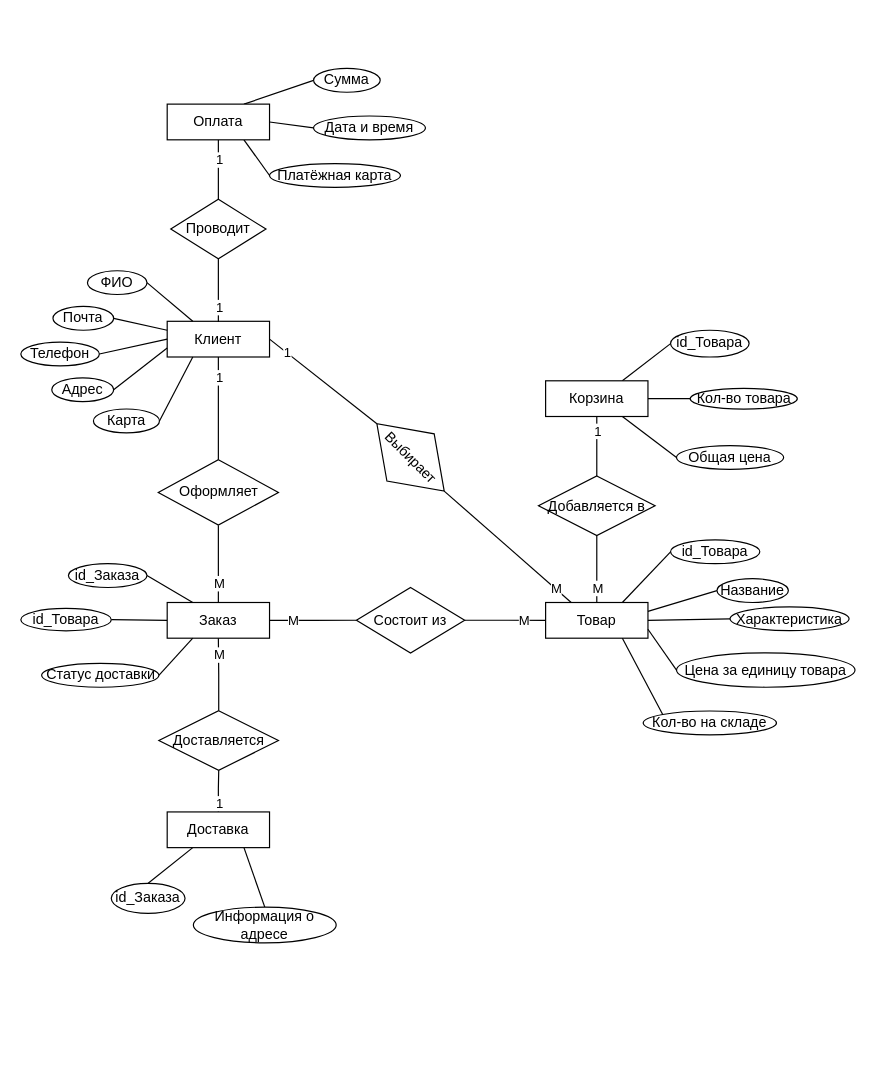
AnnaOtchina/AnnaKyrsach keeps this draw.io diagram as page "Концептуальная модель" (7 of 8) of Все диаграммы.drawio. Above is the earlier version. Source tidied: cells renumbered, new cells numbered last; positions are measured from the earlier drawing's top-left corner, leaving out a move shared by most shapes. Both pictures are drawn from the tidied source at 119%, with x=0, y=0 at pixel (20, 68).
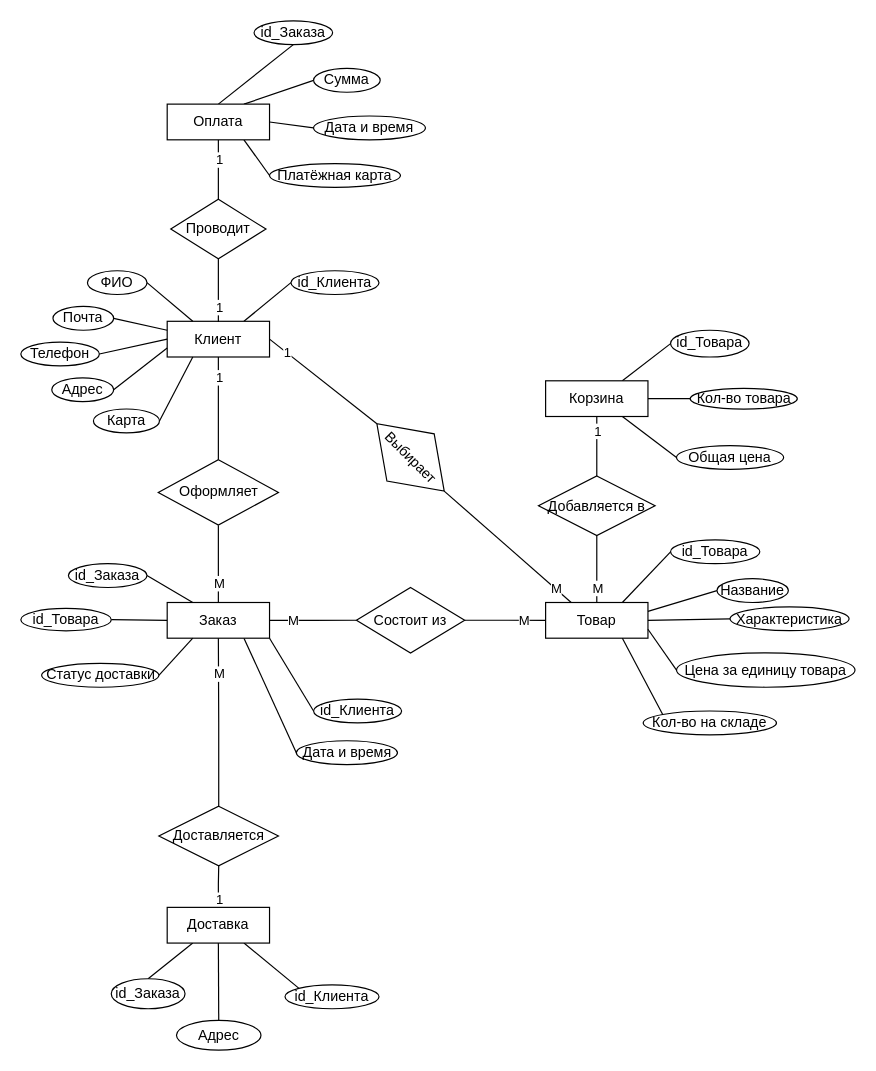
The same page after the edit.

The change refers to these unchanged cells:
```xml
<mxCell id="8" value="Клиент" style="rounded=0;whiteSpace=wrap;html=1;" parent="1" vertex="1">
  <mxGeometry x="123" y="212.5" width="86" height="30" as="geometry" />
</mxCell>
<mxCell id="12" value="Заказ" style="rounded=0;whiteSpace=wrap;html=1;" parent="1" vertex="1">
  <mxGeometry x="123" y="448.8" width="86" height="30" as="geometry" />
</mxCell>
<mxCell id="73" value="Оплата" style="rounded=0;whiteSpace=wrap;html=1;" parent="1" vertex="1">
  <mxGeometry x="123" y="30" width="86" height="30" as="geometry" />
</mxCell>
```

The edit, as a diff of the source:
```diff
@@
+    <mxCell id="80" style="rounded=0;jettySize=auto;html=1;exitX=0.75;exitY=0;exitDx=0;exitDy=0;entryX=0;entryY=0.5;entryDx=0;entryDy=0;endArrow=none;endFill=0;" parent="1" edge="1" source="8" target="86">
+      <mxGeometry relative="1" as="geometry" />
+    </mxCell>
@@
+    <mxCell id="81" style="rounded=0;jettySize=auto;html=1;exitX=1;exitY=1;exitDx=0;exitDy=0;entryX=0;entryY=0.5;entryDx=0;entryDy=0;endArrow=none;endFill=0;" parent="1" edge="1" source="12" target="85">
+      <mxGeometry relative="1" as="geometry" />
+    </mxCell>
+    <mxCell id="82" style="rounded=0;jettySize=auto;html=1;exitX=0.75;exitY=1;exitDx=0;exitDy=0;entryX=0;entryY=0.5;entryDx=0;entryDy=0;endArrow=none;endFill=0;" parent="1" edge="1" source="12" target="87">
+      <mxGeometry relative="1" as="geometry" />
+    </mxCell>
@@
-    <mxCell id="22" style="rounded=0;jettySize=auto;html=1;exitX=0.75;exitY=1;exitDx=0;exitDy=0;entryX=0.5;entryY=0;entryDx=0;entryDy=0;endArrow=none;endFill=0;" parent="1" edge="1" source="23" target="60">
+    <mxCell id="22" style="rounded=0;jettySize=auto;html=1;exitX=0.5;exitY=1;exitDx=0;exitDy=0;entryX=0.5;entryY=0;entryDx=0;entryDy=0;endArrow=none;endFill=0;" parent="1" edge="1" source="23" target="60">
       <mxGeometry relative="1" as="geometry" />
     </mxCell>
+    <mxCell id="83" style="rounded=0;jettySize=auto;html=1;exitX=0.75;exitY=1;exitDx=0;exitDy=0;entryX=0;entryY=0;entryDx=0;entryDy=0;endArrow=none;endFill=0;" parent="1" edge="1" source="23" target="88">
+      <mxGeometry relative="1" as="geometry" />
+    </mxCell>
     <mxCell id="23" value="Доставка" style="rounded=0;whiteSpace=wrap;html=1;" parent="1" vertex="1">
-      <mxGeometry x="123" y="624.8" width="86" height="30" as="geometry" />
+      <mxGeometry x="123" y="705" width="86" height="30" as="geometry" />
     </mxCell>
@@
     <mxCell id="36" value="Доставляется" style="rhombus;whiteSpace=wrap;html=1;rounded=0;" parent="1" vertex="1">
-      <mxGeometry x="116" y="539.8" width="100.5" height="50" as="geometry" />
+      <mxGeometry x="116" y="620" width="100.5" height="50" as="geometry" />
     </mxCell>
@@
     <mxCell id="59" value="id_Заказа" style="ellipse;whiteSpace=wrap;html=1;" parent="1" vertex="1">
-      <mxGeometry x="76" y="684.8" width="62" height="25.2" as="geometry" />
+      <mxGeometry x="76" y="765" width="62" height="25.2" as="geometry" />
     </mxCell>
-    <mxCell id="60" value="Информация о адресе" style="ellipse;whiteSpace=wrap;html=1;" parent="1" vertex="1">
-      <mxGeometry x="145" y="704.8" width="120" height="30" as="geometry" />
+    <mxCell id="60" value="Адрес" style="ellipse;whiteSpace=wrap;html=1;" parent="1" vertex="1">
+      <mxGeometry x="130.8" y="800" width="71" height="25" as="geometry" />
     </mxCell>
@@
+    <mxCell id="84" style="rounded=0;jettySize=auto;html=1;exitX=0.5;exitY=0;exitDx=0;exitDy=0;entryX=0.5;entryY=1;entryDx=0;entryDy=0;endArrow=none;endFill=0;" parent="1" edge="1" source="73" target="89">
+      <mxGeometry relative="1" as="geometry" />
+    </mxCell>
@@
+    <mxCell id="85" value="id_Клиента" style="ellipse;whiteSpace=wrap;html=1;" parent="1" vertex="1">
+      <mxGeometry x="246" y="530" width="74" height="20" as="geometry" />
+    </mxCell>
+    <mxCell id="86" value="id_Клиента" style="ellipse;whiteSpace=wrap;html=1;" parent="1" vertex="1">
+      <mxGeometry x="227" y="170" width="74" height="20" as="geometry" />
+    </mxCell>
+    <mxCell id="87" value="Дата и время" style="ellipse;whiteSpace=wrap;html=1;" parent="1" vertex="1">
+      <mxGeometry x="231.5" y="565" width="85" height="20" as="geometry" />
+    </mxCell>
+    <mxCell id="88" value="id_Клиента" style="ellipse;whiteSpace=wrap;html=1;" parent="1" vertex="1">
+      <mxGeometry x="222" y="770.2" width="79" height="20" as="geometry" />
+    </mxCell>
+    <mxCell id="89" value="id_Заказа" style="ellipse;whiteSpace=wrap;html=1;" parent="1" vertex="1">
+      <mxGeometry x="196" y="-40" width="66" height="20" as="geometry" />
+    </mxCell>
```
